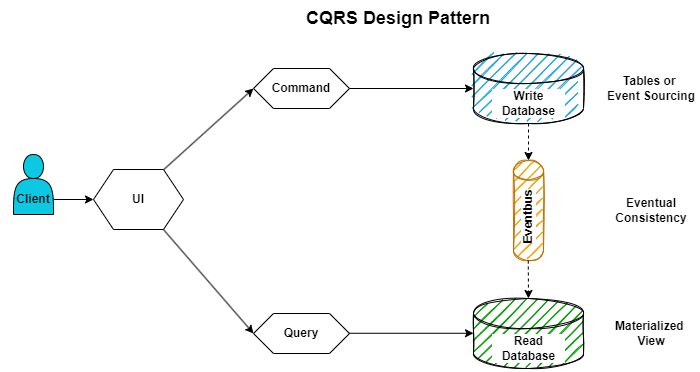
yildizmy/bank-account-api keeps this draw.io diagram as src/main/resources/docs/images/cqrs_design_pattern.png. Above is the earlier version. Source tidied: cells renumbered, new cells last; positions are measured from the earlier drawing's top-left corner, leaving out a move shared by most shapes. Its diagram source:
```xml
<mxGraphModel>
  <root>
    <mxCell id="0" />
    <mxCell id="1" parent="0" />
    <mxCell id="2" style="shape=hexagon;perimeter=hexagonPerimeter2;whiteSpace=wrap;html=1;fixedSize=1;" parent="1" vertex="1">
      <mxGeometry x="90" y="166" width="90" height="60" as="geometry" />
    </mxCell>
    <mxCell id="3" value="UI" style="text;html=1;align=center;verticalAlign=middle;whiteSpace=wrap;rounded=0;fontFamily=Helvetica;fontSize=12;fontStyle=1;labelBackgroundColor=none;spacing=2;" parent="1" vertex="1">
      <mxGeometry x="105" y="181" width="60" height="30" as="geometry" />
    </mxCell>
    <mxCell id="4" style="shape=hexagon;perimeter=hexagonPerimeter2;whiteSpace=wrap;html=1;fixedSize=1;" parent="1" vertex="1">
      <mxGeometry x="250" y="65" width="96" height="40" as="geometry" />
    </mxCell>
    <mxCell id="5" value="Command" style="text;html=1;align=center;verticalAlign=middle;whiteSpace=wrap;rounded=0;fontSize=12;fontFamily=Helvetica;fontStyle=1;labelBackgroundColor=none;spacing=2;" parent="1" vertex="1">
      <mxGeometry x="268" y="70" width="60" height="30" as="geometry" />
    </mxCell>
    <mxCell id="6" style="shape=cylinder3;whiteSpace=wrap;html=1;boundedLbl=1;backgroundOutline=1;size=15;fillStyle=auto;fillColor=#1ba1e2;strokeColor=default;shadow=0;gradientColor=none;strokeWidth=1;perimeterSpacing=0;rounded=1;sketch=1;fillWeight=1;hachureGap=8;hachureAngle=135;align=center;verticalAlign=middle;fontFamily=Helvetica;fontSize=12;fontColor=default;sketchStyle=rough;" parent="1" vertex="1">
      <mxGeometry x="470" y="50" width="110" height="70" as="geometry" />
    </mxCell>
    <mxCell id="7" value="Write Database" style="text;html=1;align=center;verticalAlign=middle;whiteSpace=wrap;rounded=0;fontFamily=Helvetica;fontSize=12;fontStyle=1;labelBackgroundColor=default;spacing=2;" parent="1" vertex="1">
      <mxGeometry x="487.5" y="85" width="75" height="30" as="geometry" />
    </mxCell>
    <mxCell id="8" style="shape=actor;whiteSpace=wrap;html=1;fillColor=#0CC8E3;" parent="1" vertex="1">
      <mxGeometry x="10" y="151" width="40" height="60" as="geometry" />
    </mxCell>
    <mxCell id="9" value="Client" style="text;html=1;align=center;verticalAlign=middle;whiteSpace=wrap;rounded=0;fontFamily=Helvetica;fontSize=12;fontStyle=1;labelBackgroundColor=none;spacing=2;" parent="1" vertex="1">
      <mxGeometry y="181" width="60" height="30" as="geometry" />
    </mxCell>
    <mxCell id="10" style="shape=cylinder3;whiteSpace=wrap;html=1;boundedLbl=1;backgroundOutline=1;size=9.793103448275872;rounded=1;shadow=0;sketch=1;fillWeight=1;hachureGap=8;hachureAngle=135;fillStyle=auto;strokeColor=#BD7000;strokeWidth=1;align=center;verticalAlign=middle;fontFamily=Helvetica;fontSize=12;fontColor=#000000;fillColor=#f0a30a;curveFitting=0.95;" parent="1" vertex="1">
      <mxGeometry x="510" y="157" width="30" height="100" as="geometry" />
    </mxCell>
    <mxCell id="11" value="Eventbus" style="text;html=1;align=center;verticalAlign=middle;whiteSpace=wrap;rounded=0;horizontal=0;fontFamily=Helvetica;fontSize=12;fontStyle=1;labelBackgroundColor=default;spacing=2;" parent="1" vertex="1">
      <mxGeometry x="495" y="198" width="60" height="30" as="geometry" />
    </mxCell>
    <mxCell id="12" style="shape=cylinder3;whiteSpace=wrap;html=1;boundedLbl=1;backgroundOutline=1;size=15;fillStyle=auto;fillColor=#009900;strokeColor=default;shadow=0;gradientColor=none;strokeWidth=1;perimeterSpacing=0;rounded=1;sketch=1;fillWeight=1;hachureGap=8;hachureAngle=135;align=center;verticalAlign=middle;fontFamily=Helvetica;fontSize=12;fontColor=default;sketchStyle=rough;" parent="1" vertex="1">
      <mxGeometry x="470" y="295" width="110" height="70" as="geometry" />
    </mxCell>
    <mxCell id="13" value="Read Database" style="text;html=1;align=center;verticalAlign=middle;whiteSpace=wrap;rounded=0;fontFamily=Helvetica;fontSize=12;fontStyle=1;labelBackgroundColor=default;spacing=2;" parent="1" vertex="1">
      <mxGeometry x="487.5" y="330" width="75" height="30" as="geometry" />
    </mxCell>
    <mxCell id="14" style="shape=hexagon;perimeter=hexagonPerimeter2;whiteSpace=wrap;html=1;fixedSize=1;" parent="1" vertex="1">
      <mxGeometry x="250" y="310" width="96" height="40" as="geometry" />
    </mxCell>
    <mxCell id="15" value="Query" style="text;html=1;align=center;verticalAlign=middle;whiteSpace=wrap;rounded=0;fontSize=12;fontFamily=Helvetica;fontStyle=1;labelBackgroundColor=none;spacing=2;" parent="1" vertex="1">
      <mxGeometry x="268" y="315" width="60" height="30" as="geometry" />
    </mxCell>
    <mxCell id="16" style="endArrow=classic;html=1;rounded=0;exitX=1;exitY=0.75;exitDx=0;exitDy=0;entryX=0;entryY=0.5;entryDx=0;entryDy=0;" parent="1" edge="1" source="8" target="2">
      <mxGeometry relative="1" as="geometry" />
    </mxCell>
    <mxCell id="17" style="endArrow=classic;html=1;rounded=0;exitX=0.781;exitY=0.001;exitDx=0;exitDy=0;exitPerimeter=0;entryX=0;entryY=0.5;entryDx=0;entryDy=0;" parent="1" edge="1" source="2" target="4">
      <mxGeometry relative="1" as="geometry" />
    </mxCell>
    <mxCell id="18" style="endArrow=classic;html=1;rounded=0;entryX=0;entryY=0.5;entryDx=0;entryDy=0;exitX=0.777;exitY=1;exitDx=0;exitDy=0;exitPerimeter=0;" parent="1" edge="1" source="2" target="14">
      <mxGeometry relative="1" as="geometry" />
    </mxCell>
    <mxCell id="19" style="endArrow=classic;html=1;rounded=0;exitX=1;exitY=0.5;exitDx=0;exitDy=0;entryX=0;entryY=0.5;entryDx=0;entryDy=0;entryPerimeter=0;" parent="1" edge="1" source="4" target="6">
      <mxGeometry relative="1" as="geometry" />
    </mxCell>
    <mxCell id="20" style="endArrow=classic;html=1;rounded=0;exitX=1;exitY=0.5;exitDx=0;exitDy=0;entryX=0;entryY=0.5;entryDx=0;entryDy=0;entryPerimeter=0;" parent="1" edge="1">
      <mxGeometry relative="1" as="geometry">
        <mxPoint x="346" y="329.8" as="sourcePoint" />
        <mxPoint x="470" y="329.8" as="targetPoint" />
      </mxGeometry>
    </mxCell>
    <mxCell id="21" style="endArrow=classic;html=1;rounded=0;exitX=0.5;exitY=1;exitDx=0;exitDy=0;exitPerimeter=0;dashed=1;" parent="1" edge="1" source="6" target="10">
      <mxGeometry relative="1" as="geometry" />
    </mxCell>
    <mxCell id="22" style="endArrow=classic;html=1;rounded=0;exitX=0.5;exitY=1;exitDx=0;exitDy=0;exitPerimeter=0;dashed=1;entryX=0.5;entryY=0;entryDx=0;entryDy=0;entryPerimeter=0;" parent="1" edge="1" target="12">
      <mxGeometry relative="1" as="geometry">
        <mxPoint x="524.8" y="257" as="sourcePoint" />
      </mxGeometry>
    </mxCell>
    <mxCell id="23" value="Tables or&amp;nbsp;&lt;br style=&quot;font-size: 12px;&quot;&gt;Event Sourcing" style="text;html=1;align=center;verticalAlign=middle;whiteSpace=wrap;rounded=0;fontSize=12;fontFamily=Helvetica;fontStyle=1;labelBackgroundColor=none;spacing=2;" parent="1" vertex="1">
      <mxGeometry x="603" y="70" width="90" height="30" as="geometry" />
    </mxCell>
    <mxCell id="24" value="Eventual Consistency" style="text;html=1;align=center;verticalAlign=middle;whiteSpace=wrap;rounded=0;fontSize=12;fontFamily=Helvetica;fontStyle=1;labelBackgroundColor=none;spacing=2;" parent="1" vertex="1">
      <mxGeometry x="618" y="192" width="60" height="30" as="geometry" />
    </mxCell>
    <mxCell id="25" value="Materialized&amp;nbsp;&lt;br style=&quot;font-size: 12px;&quot;&gt;View" style="text;html=1;align=center;verticalAlign=middle;whiteSpace=wrap;rounded=0;fontSize=12;fontFamily=Helvetica;fontStyle=1;labelBackgroundColor=none;spacing=2;" parent="1" vertex="1">
      <mxGeometry x="618" y="315" width="60" height="30" as="geometry" />
    </mxCell>
    <mxCell id="26" value="CQRS Design Pattern" style="text;html=1;align=center;verticalAlign=middle;whiteSpace=wrap;rounded=0;fontFamily=Helvetica;fontSize=18;fontStyle=1;labelBackgroundColor=none;spacing=2;" parent="1" vertex="1">
      <mxGeometry x="280" width="230" height="30" as="geometry" />
    </mxCell>
  </root>
</mxGraphModel>
```
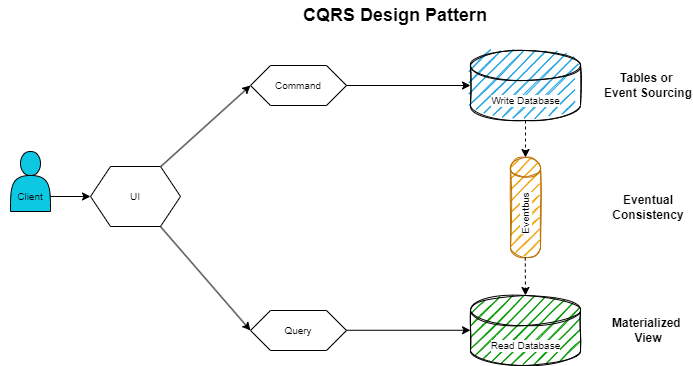
Above is the later version.

What changed in the source:
```diff
@@ -5,43 +5,43 @@
     <mxCell id="2" style="shape=hexagon;perimeter=hexagonPerimeter2;whiteSpace=wrap;html=1;fixedSize=1;" parent="1" vertex="1">
       <mxGeometry x="90" y="166" width="90" height="60" as="geometry" />
     </mxCell>
-    <mxCell id="3" value="UI" style="text;html=1;align=center;verticalAlign=middle;whiteSpace=wrap;rounded=0;fontFamily=Helvetica;fontSize=12;fontStyle=1;labelBackgroundColor=none;spacing=2;" parent="1" vertex="1">
+    <mxCell id="3" value="UI" style="text;html=1;align=center;verticalAlign=middle;whiteSpace=wrap;rounded=0;fontFamily=Helvetica;fontSize=10;fontStyle=0;labelBackgroundColor=none;spacing=2;" parent="1" vertex="1">
       <mxGeometry x="105" y="181" width="60" height="30" as="geometry" />
     </mxCell>
     <mxCell id="4" style="shape=hexagon;perimeter=hexagonPerimeter2;whiteSpace=wrap;html=1;fixedSize=1;" parent="1" vertex="1">
       <mxGeometry x="250" y="65" width="96" height="40" as="geometry" />
     </mxCell>
-    <mxCell id="5" value="Command" style="text;html=1;align=center;verticalAlign=middle;whiteSpace=wrap;rounded=0;fontSize=12;fontFamily=Helvetica;fontStyle=1;labelBackgroundColor=none;spacing=2;" parent="1" vertex="1">
+    <mxCell id="5" value="Command" style="text;html=1;align=center;verticalAlign=middle;whiteSpace=wrap;rounded=0;fontSize=10;fontFamily=Helvetica;fontStyle=0;labelBackgroundColor=none;spacing=2;" parent="1" vertex="1">
       <mxGeometry x="268" y="70" width="60" height="30" as="geometry" />
     </mxCell>
     <mxCell id="6" style="shape=cylinder3;whiteSpace=wrap;html=1;boundedLbl=1;backgroundOutline=1;size=15;fillStyle=auto;fillColor=#1ba1e2;strokeColor=default;shadow=0;gradientColor=none;strokeWidth=1;perimeterSpacing=0;rounded=1;sketch=1;fillWeight=1;hachureGap=8;hachureAngle=135;align=center;verticalAlign=middle;fontFamily=Helvetica;fontSize=12;fontColor=default;sketchStyle=rough;" parent="1" vertex="1">
       <mxGeometry x="470" y="50" width="110" height="70" as="geometry" />
     </mxCell>
-    <mxCell id="7" value="Write Database" style="text;html=1;align=center;verticalAlign=middle;whiteSpace=wrap;rounded=0;fontFamily=Helvetica;fontSize=12;fontStyle=1;labelBackgroundColor=default;spacing=2;" parent="1" vertex="1">
+    <mxCell id="7" value="Write Database" style="text;html=1;align=center;verticalAlign=middle;whiteSpace=wrap;rounded=0;fontFamily=Helvetica;fontSize=10;fontStyle=0;labelBackgroundColor=default;spacing=2;" parent="1" vertex="1">
       <mxGeometry x="487.5" y="85" width="75" height="30" as="geometry" />
     </mxCell>
     <mxCell id="8" style="shape=actor;whiteSpace=wrap;html=1;fillColor=#0CC8E3;" parent="1" vertex="1">
       <mxGeometry x="10" y="151" width="40" height="60" as="geometry" />
     </mxCell>
-    <mxCell id="9" value="Client" style="text;html=1;align=center;verticalAlign=middle;whiteSpace=wrap;rounded=0;fontFamily=Helvetica;fontSize=12;fontStyle=1;labelBackgroundColor=none;spacing=2;" parent="1" vertex="1">
+    <mxCell id="9" value="Client" style="text;html=1;align=center;verticalAlign=middle;whiteSpace=wrap;rounded=0;fontFamily=Helvetica;fontSize=10;fontStyle=0;labelBackgroundColor=none;spacing=2;" parent="1" vertex="1">
       <mxGeometry y="181" width="60" height="30" as="geometry" />
     </mxCell>
     <mxCell id="10" style="shape=cylinder3;whiteSpace=wrap;html=1;boundedLbl=1;backgroundOutline=1;size=9.793103448275872;rounded=1;shadow=0;sketch=1;fillWeight=1;hachureGap=8;hachureAngle=135;fillStyle=auto;strokeColor=#BD7000;strokeWidth=1;align=center;verticalAlign=middle;fontFamily=Helvetica;fontSize=12;fontColor=#000000;fillColor=#f0a30a;curveFitting=0.95;" parent="1" vertex="1">
       <mxGeometry x="510" y="157" width="30" height="100" as="geometry" />
     </mxCell>
-    <mxCell id="11" value="Eventbus" style="text;html=1;align=center;verticalAlign=middle;whiteSpace=wrap;rounded=0;horizontal=0;fontFamily=Helvetica;fontSize=12;fontStyle=1;labelBackgroundColor=default;spacing=2;" parent="1" vertex="1">
+    <mxCell id="11" value="Eventbus" style="text;html=1;align=center;verticalAlign=middle;whiteSpace=wrap;rounded=0;horizontal=0;fontFamily=Helvetica;fontSize=10;fontStyle=0;labelBackgroundColor=default;spacing=2;" parent="1" vertex="1">
       <mxGeometry x="495" y="198" width="60" height="30" as="geometry" />
     </mxCell>
     <mxCell id="12" style="shape=cylinder3;whiteSpace=wrap;html=1;boundedLbl=1;backgroundOutline=1;size=15;fillStyle=auto;fillColor=#009900;strokeColor=default;shadow=0;gradientColor=none;strokeWidth=1;perimeterSpacing=0;rounded=1;sketch=1;fillWeight=1;hachureGap=8;hachureAngle=135;align=center;verticalAlign=middle;fontFamily=Helvetica;fontSize=12;fontColor=default;sketchStyle=rough;" parent="1" vertex="1">
       <mxGeometry x="470" y="295" width="110" height="70" as="geometry" />
     </mxCell>
-    <mxCell id="13" value="Read Database" style="text;html=1;align=center;verticalAlign=middle;whiteSpace=wrap;rounded=0;fontFamily=Helvetica;fontSize=12;fontStyle=1;labelBackgroundColor=default;spacing=2;" parent="1" vertex="1">
+    <mxCell id="13" value="Read Database" style="text;html=1;align=center;verticalAlign=middle;whiteSpace=wrap;rounded=0;fontFamily=Helvetica;fontSize=10;fontStyle=0;labelBackgroundColor=default;spacing=2;" parent="1" vertex="1">
       <mxGeometry x="487.5" y="330" width="75" height="30" as="geometry" />
     </mxCell>
     <mxCell id="14" style="shape=hexagon;perimeter=hexagonPerimeter2;whiteSpace=wrap;html=1;fixedSize=1;" parent="1" vertex="1">
       <mxGeometry x="250" y="310" width="96" height="40" as="geometry" />
     </mxCell>
-    <mxCell id="15" value="Query" style="text;html=1;align=center;verticalAlign=middle;whiteSpace=wrap;rounded=0;fontSize=12;fontFamily=Helvetica;fontStyle=1;labelBackgroundColor=none;spacing=2;" parent="1" vertex="1">
+    <mxCell id="15" value="Query" style="text;html=1;align=center;verticalAlign=middle;whiteSpace=wrap;rounded=0;fontSize=10;fontFamily=Helvetica;fontStyle=0;labelBackgroundColor=none;spacing=2;" parent="1" vertex="1">
       <mxGeometry x="268" y="315" width="60" height="30" as="geometry" />
     </mxCell>
     <mxCell id="16" style="endArrow=classic;html=1;rounded=0;exitX=1;exitY=0.75;exitDx=0;exitDy=0;entryX=0;entryY=0.5;entryDx=0;entryDy=0;" parent="1" edge="1" source="8" target="2">
```
